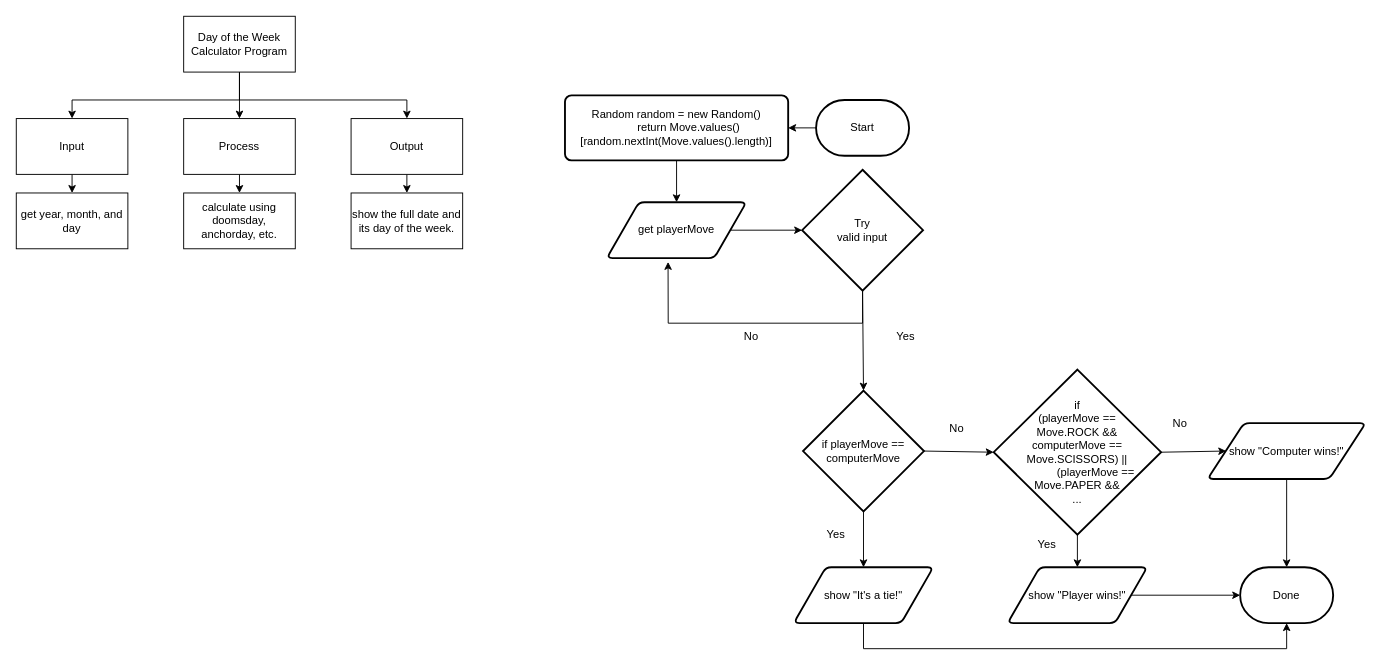
Infinity-deGuzman/ICS4U-Unit1-Infinity-De-Guzman keeps this draw.io diagram as Assignments/Assignment 2/flowchart.drawio. Above is the earlier version. Source tidied: cells renumbered, new cells numbered last; positions are measured from the earlier drawing's top-left corner, leaving out a move shared by most shapes. Both pictures are drawn from the tidied source at 93%, with x=0, y=0 at pixel (16, 16).
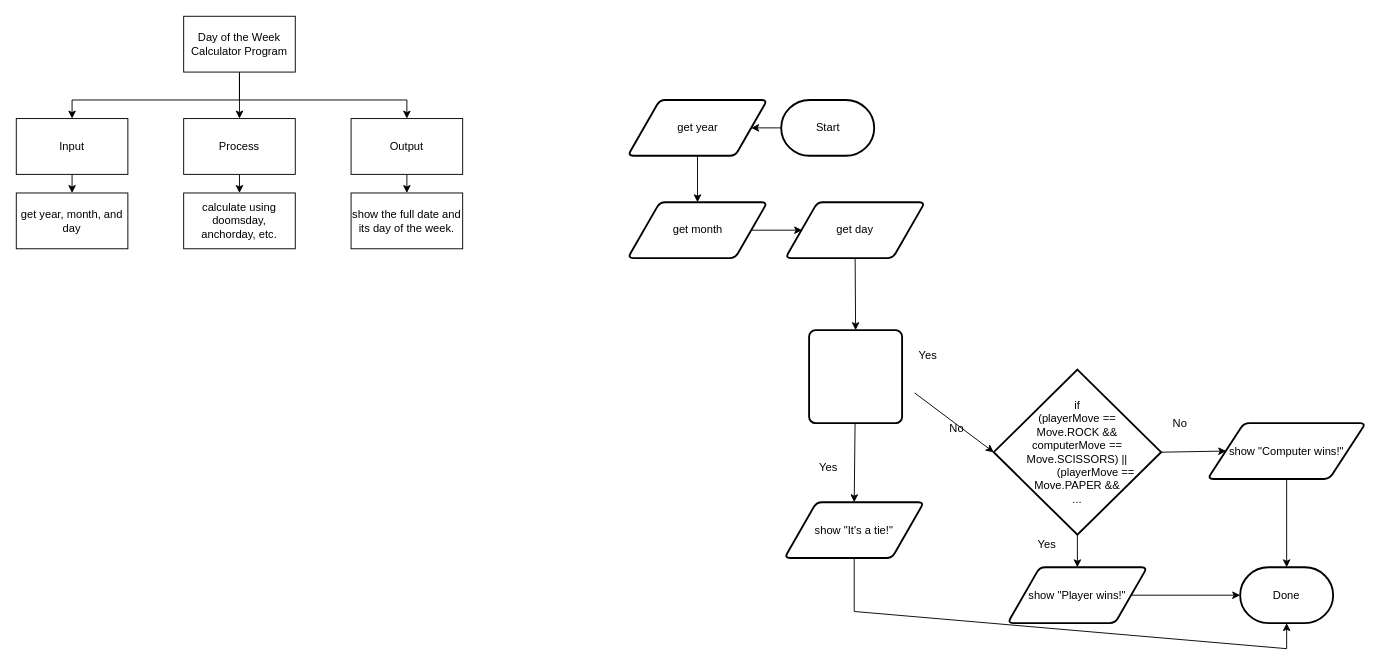
Above is the later version.

The change refers to these unchanged cells:
```xml
<mxCell id="30" value="if&lt;br&gt;&lt;div&gt;(playerMove ==&lt;br&gt;Move.ROCK &amp;amp;&amp;amp;&lt;/div&gt;&lt;div&gt;computerMove == Move.SCISSORS) ||&lt;/div&gt;&lt;div&gt;&amp;nbsp; &amp;nbsp; &amp;nbsp; &amp;nbsp; &amp;nbsp; &amp;nbsp; (playerMove == Move.PAPER &amp;amp;&amp;amp;&lt;br&gt;...&lt;/div&gt;" style="strokeWidth=2;html=1;shape=mxgraph.flowchart.decision;whiteSpace=wrap;" parent="1" vertex="1">
  <mxGeometry x="1051" y="380" width="180" height="177.5" as="geometry" />
</mxCell>
<mxCell id="37" value="Done" style="strokeWidth=2;html=1;shape=mxgraph.flowchart.terminator;whiteSpace=wrap;" parent="1" vertex="1">
  <mxGeometry x="1316" y="592.5" width="100" height="60" as="geometry" />
</mxCell>
```

The edit, as a diff of the source:
```diff
@@
-    <mxCell id="15" style="edgeStyle=none;rounded=0;html=1;exitX=0;exitY=0.5;exitDx=0;exitDy=0;exitPerimeter=0;entryX=1;entryY=0.5;entryDx=0;entryDy=0;" parent="1" edge="1" source="16" target="23">
+    <mxCell id="15" style="edgeStyle=none;rounded=0;html=1;exitX=0;exitY=0.5;exitDx=0;exitDy=0;exitPerimeter=0;entryX=1;entryY=0.5;entryDx=0;entryDy=0;" parent="1" edge="1" source="16" target="44">
       <mxGeometry relative="1" as="geometry" />
     </mxCell>
     <mxCell id="16" value="Start" style="strokeWidth=2;html=1;shape=mxgraph.flowchart.terminator;whiteSpace=wrap;" parent="1" vertex="1">
-      <mxGeometry x="860" y="90" width="100" height="60" as="geometry" />
+      <mxGeometry x="822.5" y="90" width="100" height="60" as="geometry" />
     </mxCell>
-    <mxCell id="17" style="edgeStyle=none;rounded=0;html=1;exitX=1;exitY=0.5;exitDx=0;exitDy=0;entryX=0;entryY=0.5;entryDx=0;entryDy=0;entryPerimeter=0;" parent="1" edge="1" source="18" target="40">
-      <mxGeometry relative="1" as="geometry" />
+    <mxCell id="17" style="edgeStyle=none;rounded=0;html=1;exitX=1;exitY=0.5;exitDx=0;exitDy=0;entryX=0;entryY=0.5;entryDx=0;entryDy=0;entryPerimeter=0;" parent="1" edge="1" source="18">
+      <mxGeometry relative="1" as="geometry">
+        <mxPoint x="845" y="230" as="targetPoint" />
+      </mxGeometry>
     </mxCell>
-    <mxCell id="18" value="get playerMove" style="shape=parallelogram;html=1;strokeWidth=2;perimeter=parallelogramPerimeter;whiteSpace=wrap;rounded=1;arcSize=12;size=0.23;" parent="1" vertex="1">
-      <mxGeometry x="635" y="200" width="150" height="60" as="geometry" />
+    <mxCell id="18" value="get month" style="shape=parallelogram;html=1;strokeWidth=2;perimeter=parallelogramPerimeter;whiteSpace=wrap;rounded=1;arcSize=12;size=0.23;" parent="1" vertex="1">
+      <mxGeometry x="657.5" y="200" width="150" height="60" as="geometry" />
     </mxCell>
-    <mxCell id="19" style="edgeStyle=none;html=1;exitX=0.5;exitY=1;exitDx=0;exitDy=0;exitPerimeter=0;entryX=0.5;entryY=0;entryDx=0;entryDy=0;" parent="1" edge="1" source="21" target="25">
+    <mxCell id="19" style="edgeStyle=none;html=1;entryX=0.5;entryY=0;entryDx=0;entryDy=0;" parent="1" edge="1" source="46" target="25">
       <mxGeometry relative="1" as="geometry" />
     </mxCell>
-    <mxCell id="20" style="edgeStyle=none;html=1;exitX=1;exitY=0.5;exitDx=0;exitDy=0;exitPerimeter=0;entryX=0;entryY=0.5;entryDx=0;entryDy=0;entryPerimeter=0;" parent="1" edge="1" source="21" target="30">
-      <mxGeometry relative="1" as="geometry" />
+    <mxCell id="20" style="edgeStyle=none;html=1;exitX=1;exitY=0.5;exitDx=0;exitDy=0;exitPerimeter=0;entryX=0;entryY=0.5;entryDx=0;entryDy=0;entryPerimeter=0;" parent="1" edge="1" target="30">
+      <mxGeometry relative="1" as="geometry">
+        <mxPoint x="966" y="405" as="sourcePoint" />
+      </mxGeometry>
     </mxCell>
-    <mxCell id="21" value="if playerMove == computerMove" style="strokeWidth=2;html=1;shape=mxgraph.flowchart.decision;whiteSpace=wrap;" parent="1" vertex="1">
-      <mxGeometry x="846" y="402.5" width="130" height="130" as="geometry" />
-    </mxCell>
-    <mxCell id="22" style="edgeStyle=none;rounded=0;html=1;exitX=0.5;exitY=1;exitDx=0;exitDy=0;entryX=0.5;entryY=0;entryDx=0;entryDy=0;" parent="1" edge="1" source="23" target="18">
-      <mxGeometry relative="1" as="geometry" />
-    </mxCell>
-    <mxCell id="23" value="&lt;div&gt;Random random = new Random()&lt;/div&gt;&lt;div&gt;&amp;nbsp; &amp;nbsp; &amp;nbsp; &amp;nbsp; return Move.values()[random.nextInt(Move.values().length)]&lt;/div&gt;" style="rounded=1;whiteSpace=wrap;html=1;absoluteArcSize=1;arcSize=14;strokeWidth=2;" parent="1" vertex="1">
-      <mxGeometry x="590" y="85" width="240" height="70" as="geometry" />
-    </mxCell>
     <mxCell id="24" style="edgeStyle=none;html=1;exitX=0.5;exitY=1;exitDx=0;exitDy=0;entryX=0.5;entryY=1;entryDx=0;entryDy=0;entryPerimeter=0;rounded=0;" parent="1" edge="1" source="25" target="37">
       <mxGeometry relative="1" as="geometry">
         <Array as="points">
-          <mxPoint x="911" y="680" />
+          <mxPoint x="901" y="640" />
           <mxPoint x="1366" y="680" />
         </Array>
       </mxGeometry>
     </mxCell>
     <mxCell id="25" value="show &quot;It's a tie!&quot;" style="shape=parallelogram;html=1;strokeWidth=2;perimeter=parallelogramPerimeter;whiteSpace=wrap;rounded=1;arcSize=12;size=0.23;" parent="1" vertex="1">
-      <mxGeometry x="836" y="592.5" width="150" height="60" as="geometry" />
+      <mxGeometry x="826" y="522.5" width="150" height="60" as="geometry" />
     </mxCell>
     <mxCell id="26" value="Yes" style="text;html=1;align=center;verticalAlign=middle;strokeColor=none;fillColor=none;" parent="1" vertex="1">
-      <mxGeometry x="861" y="542.5" width="40" height="30" as="geometry" />
+      <mxGeometry x="852.5" y="470" width="40" height="30" as="geometry" />
     </mxCell>
@@
-    <mxCell id="38" style="edgeStyle=none;rounded=0;html=1;exitX=0.5;exitY=1;exitDx=0;exitDy=0;exitPerimeter=0;entryX=0.5;entryY=0;entryDx=0;entryDy=0;entryPerimeter=0;" parent="1" edge="1" source="40" target="21">
+    <mxCell id="38" style="edgeStyle=none;rounded=0;html=1;exitX=0.5;exitY=1;exitDx=0;exitDy=0;entryX=0.5;entryY=0;entryDx=0;entryDy=0;" parent="1" edge="1" source="45" target="46">
       <mxGeometry relative="1" as="geometry" />
     </mxCell>
-    <mxCell id="39" style="edgeStyle=none;rounded=0;html=1;exitX=0.5;exitY=1;exitDx=0;exitDy=0;exitPerimeter=0;entryX=0.439;entryY=1.069;entryDx=0;entryDy=0;entryPerimeter=0;" parent="1" edge="1" source="40" target="18">
-      <mxGeometry relative="1" as="geometry">
-        <Array as="points">
-          <mxPoint x="910" y="330" />
-          <mxPoint x="701" y="330" />
-        </Array>
-      </mxGeometry>
-    </mxCell>
-    <mxCell id="40" value="Try&lt;br&gt;valid input" style="strokeWidth=2;html=1;shape=mxgraph.flowchart.decision;whiteSpace=wrap;" parent="1" vertex="1">
-      <mxGeometry x="845" y="165" width="130" height="130" as="geometry" />
-    </mxCell>
     <mxCell id="41" value="Yes" style="text;html=1;align=center;verticalAlign=middle;strokeColor=none;fillColor=none;" parent="1" vertex="1">
-      <mxGeometry x="936" y="330" width="40" height="30" as="geometry" />
+      <mxGeometry x="960" y="350" width="40" height="30" as="geometry" />
     </mxCell>
-    <mxCell id="42" value="No" style="text;html=1;align=center;verticalAlign=middle;strokeColor=none;fillColor=none;" parent="1" vertex="1">
-      <mxGeometry x="770" y="330" width="40" height="30" as="geometry" />
-    </mxCell>
+    <mxCell id="43" style="edgeStyle=none;html=1;exitX=0.5;exitY=1;exitDx=0;exitDy=0;entryX=0.5;entryY=0;entryDx=0;entryDy=0;" parent="1" edge="1" source="44" target="18">
+      <mxGeometry relative="1" as="geometry" />
+    </mxCell>
+    <mxCell id="44" value="get year" style="shape=parallelogram;html=1;strokeWidth=2;perimeter=parallelogramPerimeter;whiteSpace=wrap;rounded=1;arcSize=12;size=0.23;" parent="1" vertex="1">
+      <mxGeometry x="657.5" y="90" width="150" height="60" as="geometry" />
+    </mxCell>
+    <mxCell id="45" value="get day" style="shape=parallelogram;html=1;strokeWidth=2;perimeter=parallelogramPerimeter;whiteSpace=wrap;rounded=1;arcSize=12;size=0.23;" parent="1" vertex="1">
+      <mxGeometry x="827" y="200" width="150" height="60" as="geometry" />
+    </mxCell>
+    <mxCell id="46" style="rounded=1;whiteSpace=wrap;html=1;absoluteArcSize=1;arcSize=14;strokeWidth=2;" parent="1" vertex="1">
+      <mxGeometry x="852.5" y="337.5" width="100" height="100" as="geometry" />
+    </mxCell>
```
